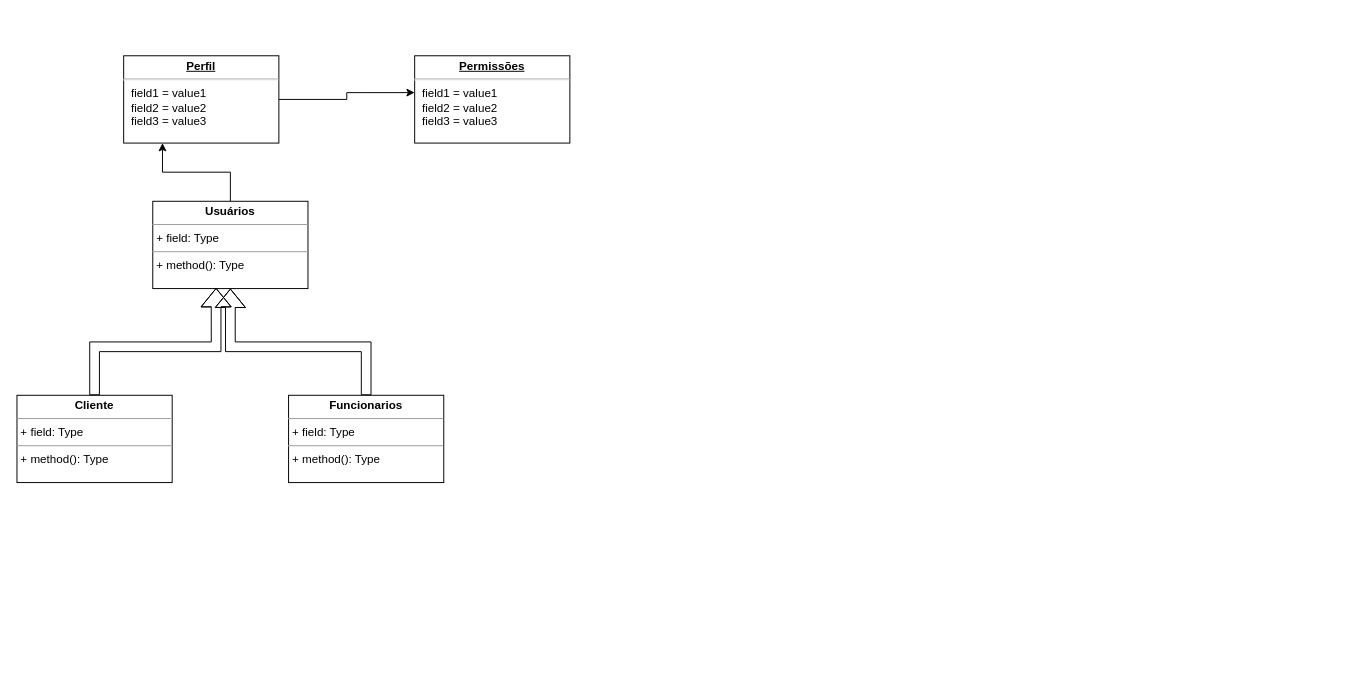
fpspeixoto/Diagramas keeps this draw.io diagram as Academia.drawio. Above is the earlier version. Source tidied: cells renumbered, new cells numbered last; positions are measured from the earlier drawing's top-left corner, leaving out a move shared by most shapes. Both pictures are drawn from the tidied source at 97%, with x=0, y=0 at pixel (16, 55).
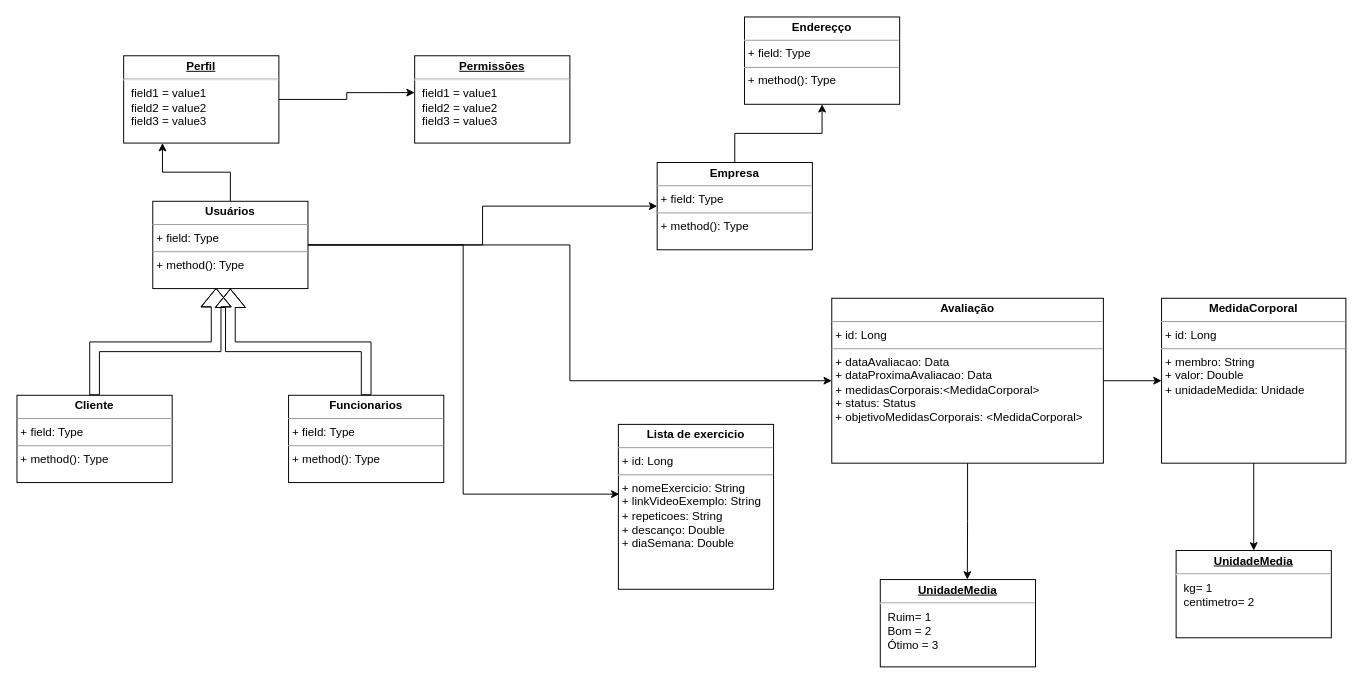
The same page after the edit.

Unchanged cells that the change refers to:
```xml
<mxCell id="3" value="&lt;p style=&quot;margin:0px;margin-top:4px;text-align:center;&quot;&gt;&lt;b&gt;Usuários&lt;/b&gt;&lt;/p&gt;&lt;hr size=&quot;1&quot;&gt;&lt;p style=&quot;margin:0px;margin-left:4px;&quot;&gt;+ field: Type&lt;/p&gt;&lt;hr size=&quot;1&quot;&gt;&lt;p style=&quot;margin:0px;margin-left:4px;&quot;&gt;+ method(): Type&lt;/p&gt;" style="verticalAlign=top;align=left;overflow=fill;fontSize=12;fontFamily=Helvetica;html=1;" parent="1" vertex="1">
  <mxGeometry x="140" y="150" width="160" height="90" as="geometry" />
</mxCell>
```

Diff of the diagram source:
```diff
@@
+    <mxCell id="11" style="edgeStyle=orthogonalEdgeStyle;rounded=0;jettySize=auto;html=1;entryX=0;entryY=0.5;entryDx=0;entryDy=0;" parent="1" edge="1" source="3" target="15">
+      <mxGeometry relative="1" as="geometry" />
+    </mxCell>
+    <mxCell id="12" style="edgeStyle=orthogonalEdgeStyle;rounded=0;jettySize=auto;html=1;entryX=0.006;entryY=0.423;entryDx=0;entryDy=0;entryPerimeter=0;" parent="1" edge="1" source="3" target="16">
+      <mxGeometry relative="1" as="geometry" />
+    </mxCell>
+    <mxCell id="13" style="edgeStyle=orthogonalEdgeStyle;rounded=0;jettySize=auto;html=1;entryX=0;entryY=0.5;entryDx=0;entryDy=0;" parent="1" edge="1" source="3" target="20">
+      <mxGeometry relative="1" as="geometry" />
+    </mxCell>
@@
+    <mxCell id="14" style="edgeStyle=orthogonalEdgeStyle;rounded=0;jettySize=auto;html=1;entryX=0.5;entryY=1;entryDx=0;entryDy=0;" parent="1" edge="1" source="15" target="17">
+      <mxGeometry relative="1" as="geometry" />
+    </mxCell>
+    <mxCell id="15" value="&lt;p style=&quot;margin:0px;margin-top:4px;text-align:center;&quot;&gt;&lt;b&gt;Empresa&lt;/b&gt;&lt;/p&gt;&lt;hr size=&quot;1&quot;&gt;&lt;p style=&quot;margin:0px;margin-left:4px;&quot;&gt;+ field: Type&lt;/p&gt;&lt;hr size=&quot;1&quot;&gt;&lt;p style=&quot;margin:0px;margin-left:4px;&quot;&gt;+ method(): Type&lt;/p&gt;" style="verticalAlign=top;align=left;overflow=fill;fontSize=12;fontFamily=Helvetica;html=1;" parent="1" vertex="1">
+      <mxGeometry x="660" y="110" width="160" height="90" as="geometry" />
+    </mxCell>
+    <mxCell id="16" value="&lt;p style=&quot;margin:0px;margin-top:4px;text-align:center;&quot;&gt;&lt;b&gt;Lista de exercicio&lt;/b&gt;&lt;/p&gt;&lt;hr size=&quot;1&quot;&gt;&lt;p style=&quot;margin:0px;margin-left:4px;&quot;&gt;+ id: Long&lt;/p&gt;&lt;hr size=&quot;1&quot;&gt;&lt;p style=&quot;margin:0px;margin-left:4px;&quot;&gt;+ nomeExercicio: String&lt;/p&gt;&lt;p style=&quot;margin:0px;margin-left:4px;&quot;&gt;+ linkVideoExemplo: String&lt;br&gt;&lt;/p&gt;&lt;p style=&quot;margin:0px;margin-left:4px;&quot;&gt;+ repeticoes: String&lt;br&gt;&lt;/p&gt;&lt;p style=&quot;margin:0px;margin-left:4px;&quot;&gt;+ descanço: Double&lt;br&gt;&lt;/p&gt;&lt;p style=&quot;margin:0px;margin-left:4px;&quot;&gt;+ diaSemana: Double&lt;br&gt;&lt;/p&gt;&lt;p style=&quot;margin:0px;margin-left:4px;&quot;&gt;&lt;br&gt;&lt;/p&gt;&lt;p style=&quot;margin:0px;margin-left:4px;&quot;&gt;&lt;br&gt;&lt;/p&gt;" style="verticalAlign=top;align=left;overflow=fill;fontSize=12;fontFamily=Helvetica;html=1;" parent="1" vertex="1">
+      <mxGeometry x="620" y="380" width="160" height="170" as="geometry" />
+    </mxCell>
+    <mxCell id="17" value="&lt;p style=&quot;margin:0px;margin-top:4px;text-align:center;&quot;&gt;&lt;b&gt;Endereçço&lt;/b&gt;&lt;/p&gt;&lt;hr size=&quot;1&quot;&gt;&lt;p style=&quot;margin:0px;margin-left:4px;&quot;&gt;+ field: Type&lt;/p&gt;&lt;hr size=&quot;1&quot;&gt;&lt;p style=&quot;margin:0px;margin-left:4px;&quot;&gt;+ method(): Type&lt;/p&gt;" style="verticalAlign=top;align=left;overflow=fill;fontSize=12;fontFamily=Helvetica;html=1;" parent="1" vertex="1">
+      <mxGeometry x="750" y="-40" width="160" height="90" as="geometry" />
+    </mxCell>
+    <mxCell id="18" style="edgeStyle=orthogonalEdgeStyle;rounded=0;jettySize=auto;html=1;entryX=0;entryY=0.5;entryDx=0;entryDy=0;" parent="1" edge="1" source="20" target="22">
+      <mxGeometry relative="1" as="geometry" />
+    </mxCell>
+    <mxCell id="19" style="edgeStyle=orthogonalEdgeStyle;rounded=0;jettySize=auto;html=1;entryX=0.561;entryY=-0.001;entryDx=0;entryDy=0;entryPerimeter=0;" parent="1" edge="1" source="20" target="24">
+      <mxGeometry relative="1" as="geometry" />
+    </mxCell>
+    <mxCell id="20" value="&lt;p style=&quot;margin:0px;margin-top:4px;text-align:center;&quot;&gt;&lt;b&gt;Avaliação&lt;/b&gt;&lt;/p&gt;&lt;hr size=&quot;1&quot;&gt;&lt;p style=&quot;margin:0px;margin-left:4px;&quot;&gt;+ id: Long&lt;/p&gt;&lt;hr size=&quot;1&quot;&gt;&lt;p style=&quot;margin:0px;margin-left:4px;&quot;&gt;+ dataAvaliacao: Data&lt;/p&gt;&lt;p style=&quot;margin:0px;margin-left:4px;&quot;&gt;+ dataProximaAvaliacao: Data&lt;br&gt;&lt;/p&gt;&lt;p style=&quot;margin:0px;margin-left:4px;&quot;&gt;+ medidasCorporais:&amp;lt;MedidaCorporal&amp;gt;&lt;/p&gt;&lt;p style=&quot;margin:0px;margin-left:4px;&quot;&gt;+ status: Status&lt;/p&gt;&lt;p style=&quot;margin:0px;margin-left:4px;&quot;&gt;+ objetivoMedidasCorporais: &amp;lt;MedidaCorporal&amp;gt;&lt;/p&gt;&lt;p style=&quot;margin:0px;margin-left:4px;&quot;&gt;&lt;br&gt;&lt;/p&gt;&lt;p style=&quot;margin:0px;margin-left:4px;&quot;&gt;&lt;br&gt;&lt;/p&gt;&lt;p style=&quot;margin:0px;margin-left:4px;&quot;&gt;&lt;br&gt;&lt;/p&gt;" style="verticalAlign=top;align=left;overflow=fill;fontSize=12;fontFamily=Helvetica;html=1;" parent="1" vertex="1">
+      <mxGeometry x="840" y="250" width="280" height="170" as="geometry" />
+    </mxCell>
+    <mxCell id="21" style="edgeStyle=orthogonalEdgeStyle;rounded=0;jettySize=auto;html=1;" parent="1" edge="1" source="22" target="23">
+      <mxGeometry relative="1" as="geometry" />
+    </mxCell>
+    <mxCell id="22" value="&lt;p style=&quot;margin:0px;margin-top:4px;text-align:center;&quot;&gt;&lt;b&gt;MedidaCorporal&lt;/b&gt;&lt;/p&gt;&lt;hr size=&quot;1&quot;&gt;&lt;p style=&quot;margin:0px;margin-left:4px;&quot;&gt;+ id: Long&lt;/p&gt;&lt;hr size=&quot;1&quot;&gt;&lt;p style=&quot;margin:0px;margin-left:4px;&quot;&gt;+ membro: String&lt;/p&gt;&lt;p style=&quot;margin:0px;margin-left:4px;&quot;&gt;+ valor: Double&lt;br&gt;&lt;/p&gt;&lt;p style=&quot;margin:0px;margin-left:4px;&quot;&gt;+ unidadeMedida: Unidade&lt;/p&gt;&lt;p style=&quot;margin:0px;margin-left:4px;&quot;&gt;&lt;br&gt;&lt;/p&gt;&lt;p style=&quot;margin:0px;margin-left:4px;&quot;&gt;&lt;br&gt;&lt;/p&gt;&lt;p style=&quot;margin:0px;margin-left:4px;&quot;&gt;&lt;br&gt;&lt;/p&gt;" style="verticalAlign=top;align=left;overflow=fill;fontSize=12;fontFamily=Helvetica;html=1;" parent="1" vertex="1">
+      <mxGeometry x="1180" y="250" width="190" height="170" as="geometry" />
+    </mxCell>
+    <mxCell id="23" value="&lt;p style=&quot;margin:0px;margin-top:4px;text-align:center;text-decoration:underline;&quot;&gt;&lt;b&gt;UnidadeMedia&lt;/b&gt;&lt;/p&gt;&lt;hr&gt;&lt;p style=&quot;margin:0px;margin-left:8px;&quot;&gt;kg= 1&lt;br&gt;centimetro= 2&lt;br&gt;&lt;br&gt;&lt;/p&gt;" style="verticalAlign=top;align=left;overflow=fill;fontSize=12;fontFamily=Helvetica;html=1;" parent="1" vertex="1">
+      <mxGeometry x="1195" y="510" width="160" height="90" as="geometry" />
+    </mxCell>
+    <mxCell id="24" value="&lt;p style=&quot;margin:0px;margin-top:4px;text-align:center;text-decoration:underline;&quot;&gt;&lt;b&gt;UnidadeMedia&lt;/b&gt;&lt;/p&gt;&lt;hr&gt;&lt;p style=&quot;margin:0px;margin-left:8px;&quot;&gt;Ruim= 1&lt;br&gt;Bom = 2&lt;/p&gt;&lt;p style=&quot;margin:0px;margin-left:8px;&quot;&gt;Ótimo = 3&lt;br&gt;&lt;br&gt;&lt;/p&gt;" style="verticalAlign=top;align=left;overflow=fill;fontSize=12;fontFamily=Helvetica;html=1;" parent="1" vertex="1">
+      <mxGeometry x="890" y="540" width="160" height="90" as="geometry" />
+    </mxCell>
```
